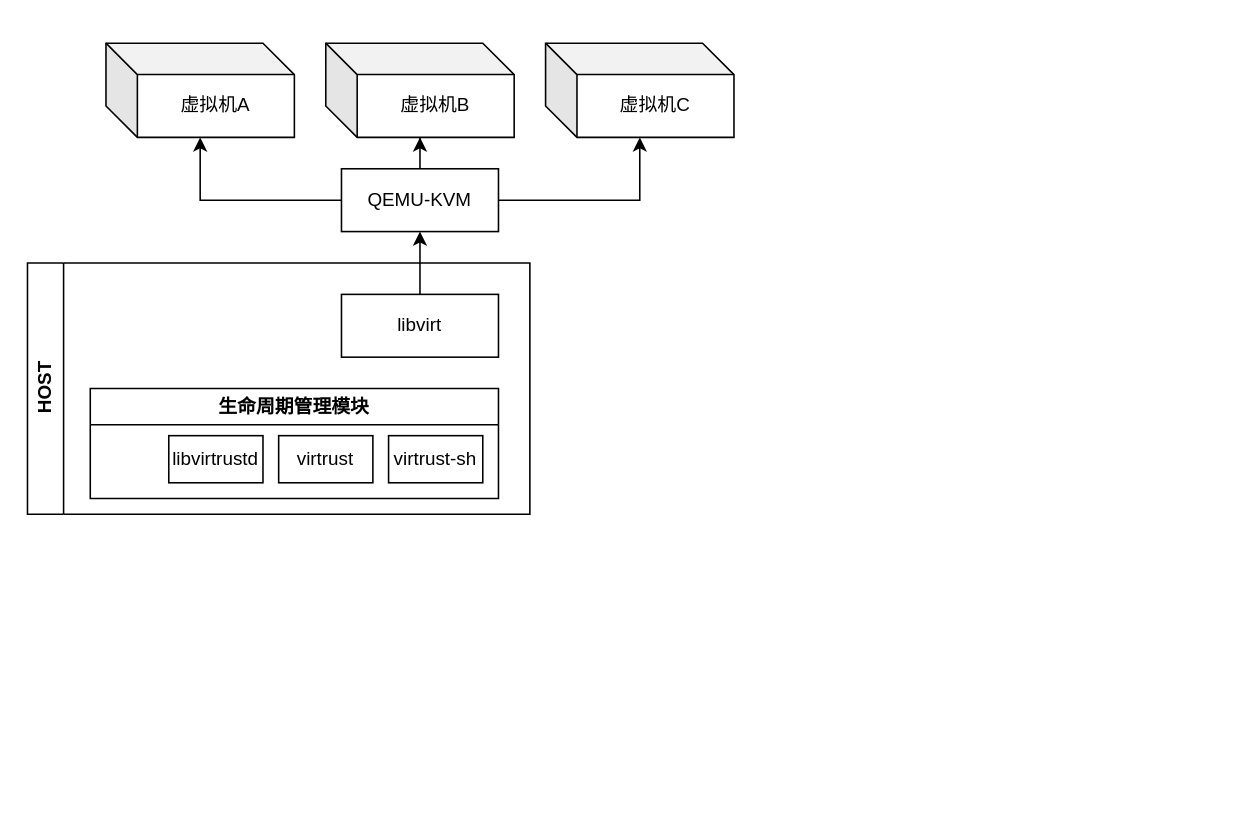
Before: src/vTPCM.drawio in Jamie-Cui/draw.io, a draw.io diagram. Source tidied: cells renumbered, new cells numbered last; positions are measured from the earlier drawing's top-left corner, leaving out a move shared by most shapes. Both pictures are drawn from the tidied source at 157%, with x=0, y=0 at pixel (27, 42).
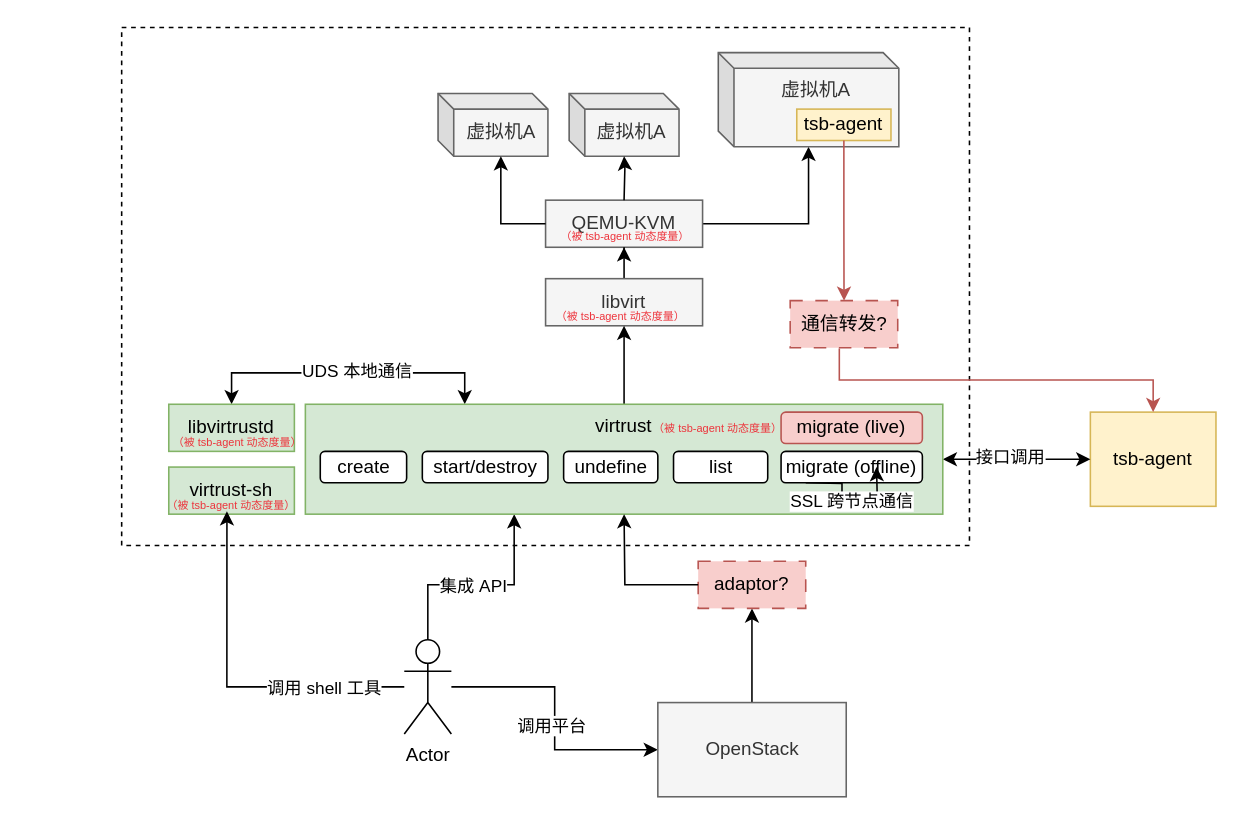
After the change.

What changed in the source:
```diff
@@
+    <mxCell id="16" style="rounded=0;whiteSpace=wrap;html=1;fillColor=none;dashed=1;" parent="1" vertex="1">
+      <mxGeometry x="60" y="-10" width="540" height="330" as="geometry" />
+    </mxCell>
-    <mxCell id="2" style="edgeStyle=orthogonalEdgeStyle;rounded=0;jettySize=auto;html=1;" parent="1" edge="1" source="5" target="6">
+    <mxCell id="2" style="edgeStyle=orthogonalEdgeStyle;rounded=0;jettySize=auto;html=1;exitX=1;exitY=0.5;exitDx=0;exitDy=0;" parent="1" edge="1" source="5" target="6">
       <mxGeometry relative="1" as="geometry" />
     </mxCell>
-    <mxCell id="3" style="edgeStyle=orthogonalEdgeStyle;rounded=0;jettySize=auto;html=1;" parent="1" edge="1" source="5" target="7">
-      <mxGeometry relative="1" as="geometry" />
-    </mxCell>
-    <mxCell id="4" style="edgeStyle=orthogonalEdgeStyle;rounded=0;jettySize=auto;html=1;" parent="1" edge="1" source="5" target="8">
-      <mxGeometry relative="1" as="geometry" />
-    </mxCell>
-    <mxCell id="5" value="QEMU-KVM" style="rounded=0;whiteSpace=wrap;html=1;" parent="1" vertex="1">
-      <mxGeometry x="200" y="80" width="100" height="40" as="geometry" />
+    <mxCell id="5" value="QEMU-KVM" style="rounded=0;whiteSpace=wrap;html=1;fillColor=#f5f5f5;fontColor=#333333;strokeColor=#666666;" parent="1" vertex="1">
+      <mxGeometry x="330" y="100" width="100" height="30" as="geometry" />
     </mxCell>
-    <mxCell id="6" value="虚拟机A" style="shape=cube;whiteSpace=wrap;html=1;boundedLbl=1;backgroundOutline=1;darkOpacity=0.05;darkOpacity2=0.1;" parent="1" vertex="1">
-      <mxGeometry x="50" width="120" height="60" as="geometry" />
+    <mxCell id="6" value="虚拟机A" style="shape=cube;whiteSpace=wrap;html=1;boundedLbl=1;backgroundOutline=1;darkOpacity=0.05;darkOpacity2=0.1;fillColor=#f5f5f5;fontColor=#333333;strokeColor=#666666;size=10;verticalAlign=top;" parent="1" vertex="1">
+      <mxGeometry x="440" y="6" width="115" height="60" as="geometry" />
     </mxCell>
-    <mxCell id="7" value="&lt;div&gt;虚拟机B&lt;/div&gt;" style="shape=cube;whiteSpace=wrap;html=1;boundedLbl=1;backgroundOutline=1;darkOpacity=0.05;darkOpacity2=0.1;" parent="1" vertex="1">
-      <mxGeometry x="190" width="120" height="60" as="geometry" />
-    </mxCell>
-    <mxCell id="8" value="虚拟机C" style="shape=cube;whiteSpace=wrap;html=1;boundedLbl=1;backgroundOutline=1;darkOpacity=0.05;darkOpacity2=0.1;" parent="1" vertex="1">
-      <mxGeometry x="330" width="120" height="60" as="geometry" />
-    </mxCell>
-    <mxCell id="9" value="HOST" style="swimlane;horizontal=0;whiteSpace=wrap;html=1;" parent="1" vertex="1">
-      <mxGeometry y="140" width="320" height="160" as="geometry" />
-    </mxCell>
-    <mxCell id="10" value="生命周期管理模块" style="swimlane;whiteSpace=wrap;html=1;" parent="9" vertex="1">
-      <mxGeometry x="40" y="80" width="260" height="70" as="geometry" />
-    </mxCell>
+    <mxCell id="17" value="tsb-agent" style="rounded=0;whiteSpace=wrap;html=1;fillColor=#fff2cc;strokeColor=#d6b656;" parent="1" vertex="1">
+      <mxGeometry x="677" y="235" width="80" height="60" as="geometry" />
+    </mxCell>
+    <mxCell id="18" style="edgeStyle=orthogonalEdgeStyle;rounded=0;jettySize=auto;html=1;startArrow=classic;startFill=1;" parent="1" edge="1" source="17" target="11">
+      <mxGeometry relative="1" as="geometry" />
+    </mxCell>
+    <mxCell id="19" value="接口调用" style="edgeLabel;html=1;align=center;verticalAlign=middle;" parent="18" vertex="1">
+      <mxGeometry x="0.11" y="-2" relative="1" as="geometry" />
+    </mxCell>
+    <mxCell id="20" style="edgeStyle=orthogonalEdgeStyle;rounded=0;jettySize=auto;html=1;exitX=0.5;exitY=0;exitDx=0;exitDy=0;exitPerimeter=0;" parent="1" edge="1" source="24" target="11">
+      <mxGeometry relative="1" as="geometry">
+        <Array as="points">
+          <mxPoint x="255" y="345" />
+          <mxPoint x="310" y="345" />
+        </Array>
+      </mxGeometry>
+    </mxCell>
+    <mxCell id="21" value="集成 API" style="edgeLabel;html=1;align=center;verticalAlign=middle;" parent="20" vertex="1">
+      <mxGeometry x="-0.06" relative="1" as="geometry" />
+    </mxCell>
+    <mxCell id="22" style="edgeStyle=orthogonalEdgeStyle;rounded=0;jettySize=auto;html=1;" parent="1" edge="1" source="24" target="39">
+      <mxGeometry relative="1" as="geometry" />
+    </mxCell>
+    <mxCell id="23" value="调用平台" style="edgeLabel;html=1;align=center;verticalAlign=middle;" parent="22" vertex="1">
+      <mxGeometry x="0.05" y="-2" relative="1" as="geometry" />
+    </mxCell>
+    <mxCell id="24" value="Actor" style="shape=umlActor;verticalLabelPosition=bottom;verticalAlign=top;html=1;outlineConnect=0;" parent="1" vertex="1">
+      <mxGeometry x="240" y="380" width="30" height="60" as="geometry" />
+    </mxCell>
+    <mxCell id="15" style="edgeStyle=orthogonalEdgeStyle;rounded=0;jettySize=auto;html=1;entryX=0.5;entryY=1;entryDx=0;entryDy=0;" parent="1" edge="1" source="14" target="5">
+      <mxGeometry relative="1" as="geometry" />
+    </mxCell>
+    <mxCell id="14" value="libvirt" style="rounded=0;whiteSpace=wrap;html=1;fillColor=#f5f5f5;fontColor=#333333;strokeColor=#666666;" parent="1" vertex="1">
+      <mxGeometry x="330" y="150" width="100" height="30" as="geometry" />
+    </mxCell>
+    <mxCell id="25" style="edgeStyle=orthogonalEdgeStyle;rounded=0;jettySize=auto;html=1;entryX=0.25;entryY=0;entryDx=0;entryDy=0;startArrow=classic;startFill=1;" parent="1" edge="1" source="13" target="11">
+      <mxGeometry relative="1" as="geometry">
+        <Array as="points">
+          <mxPoint x="130" y="210" />
+          <mxPoint x="279" y="210" />
+        </Array>
+      </mxGeometry>
+    </mxCell>
+    <mxCell id="26" value="UDS 本地通信" style="edgeLabel;html=1;align=center;verticalAlign=middle;" parent="25" vertex="1">
+      <mxGeometry x="0.14" y="2" relative="1" as="geometry">
+        <mxPoint x="-8" as="offset" />
+      </mxGeometry>
+    </mxCell>
+    <mxCell id="13" value="libvirtrustd" style="rounded=0;whiteSpace=wrap;html=1;fillColor=#d5e8d4;strokeColor=#82b366;" parent="1" vertex="1">
+      <mxGeometry x="90" y="230" width="80" height="30" as="geometry" />
+    </mxCell>
+    <mxCell id="12" value="virtrust-sh" style="rounded=0;whiteSpace=wrap;html=1;fillColor=#d5e8d4;strokeColor=#82b366;" parent="1" vertex="1">
+      <mxGeometry x="90" y="270" width="80" height="30" as="geometry" />
+    </mxCell>
+    <mxCell id="27" style="edgeStyle=orthogonalEdgeStyle;rounded=0;jettySize=auto;html=1;entryX=0.5;entryY=1;entryDx=0;entryDy=0;" parent="1" edge="1" source="11" target="14">
+      <mxGeometry relative="1" as="geometry" />
+    </mxCell>
-    <mxCell id="11" value="virtrust" style="rounded=0;whiteSpace=wrap;html=1;" parent="10" vertex="1">
-      <mxGeometry x="120" y="30" width="60" height="30" as="geometry" />
+    <mxCell id="11" value="virtrust" style="rounded=0;whiteSpace=wrap;html=1;verticalAlign=top;fillColor=#d5e8d4;strokeColor=#82b366;" parent="1" vertex="1">
+      <mxGeometry x="177" y="230" width="406" height="70" as="geometry" />
     </mxCell>
-    <mxCell id="12" value="virtrust-sh" style="rounded=0;whiteSpace=wrap;html=1;" parent="10" vertex="1">
-      <mxGeometry x="190" y="30" width="60" height="30" as="geometry" />
-    </mxCell>
-    <mxCell id="13" value="libvirtrustd" style="rounded=0;whiteSpace=wrap;html=1;" parent="10" vertex="1">
-      <mxGeometry x="50" y="30" width="60" height="30" as="geometry" />
-    </mxCell>
-    <mxCell id="14" value="libvirt" style="rounded=0;whiteSpace=wrap;html=1;" parent="9" vertex="1">
-      <mxGeometry x="200" y="20" width="100" height="40" as="geometry" />
-    </mxCell>
-    <mxCell id="15" style="edgeStyle=orthogonalEdgeStyle;rounded=0;jettySize=auto;html=1;" parent="1" edge="1" source="14" target="5">
-      <mxGeometry relative="1" as="geometry" />
-    </mxCell>
+    <mxCell id="28" value="create" style="rounded=1;whiteSpace=wrap;html=1;" parent="1" vertex="1">
+      <mxGeometry x="186.5" y="260" width="55" height="20" as="geometry" />
+    </mxCell>
+    <mxCell id="29" value="start/destroy" style="rounded=1;whiteSpace=wrap;html=1;" parent="1" vertex="1">
+      <mxGeometry x="251.5" y="260" width="80" height="20" as="geometry" />
+    </mxCell>
+    <mxCell id="30" value="undefine" style="rounded=1;whiteSpace=wrap;html=1;" parent="1" vertex="1">
+      <mxGeometry x="341.5" y="260" width="60" height="20" as="geometry" />
+    </mxCell>
+    <mxCell id="31" value="list" style="rounded=1;whiteSpace=wrap;html=1;" parent="1" vertex="1">
+      <mxGeometry x="411.5" y="260" width="60" height="20" as="geometry" />
+    </mxCell>
+    <mxCell id="32" value="migrate (offline)" style="rounded=1;whiteSpace=wrap;html=1;" parent="1" vertex="1">
+      <mxGeometry x="480" y="260" width="90" height="20" as="geometry" />
+    </mxCell>
+    <mxCell id="33" style="edgeStyle=orthogonalEdgeStyle;rounded=0;jettySize=auto;html=1;entryX=0.463;entryY=0.938;entryDx=0;entryDy=0;entryPerimeter=0;" parent="1" edge="1" source="24" target="12">
+      <mxGeometry relative="1" as="geometry" />
+    </mxCell>
+    <mxCell id="34" value="调用 shell 工具" style="edgeLabel;html=1;align=center;verticalAlign=middle;" parent="33" vertex="1">
+      <mxGeometry x="-0.54" relative="1" as="geometry" />
+    </mxCell>
+    <mxCell id="35" value="虚拟机A" style="shape=cube;whiteSpace=wrap;html=1;boundedLbl=1;backgroundOutline=1;darkOpacity=0.05;darkOpacity2=0.1;fillColor=#f5f5f5;fontColor=#333333;strokeColor=#666666;size=10;" parent="1" vertex="1">
+      <mxGeometry x="261.5" y="32" width="70" height="40" as="geometry" />
+    </mxCell>
+    <mxCell id="36" value="虚拟机A" style="shape=cube;whiteSpace=wrap;html=1;boundedLbl=1;backgroundOutline=1;darkOpacity=0.05;darkOpacity2=0.1;fillColor=#f5f5f5;fontColor=#333333;strokeColor=#666666;size=10;" parent="1" vertex="1">
+      <mxGeometry x="345" y="32" width="70" height="40" as="geometry" />
+    </mxCell>
+    <mxCell id="37" value="tsb-agent" style="rounded=0;whiteSpace=wrap;html=1;fillColor=#fff2cc;strokeColor=#d6b656;" parent="1" vertex="1">
+      <mxGeometry x="490" y="42" width="60" height="20" as="geometry" />
+    </mxCell>
+    <mxCell id="38" style="edgeStyle=orthogonalEdgeStyle;rounded=0;jettySize=auto;html=1;entryX=0.5;entryY=1;entryDx=0;entryDy=0;" parent="1" edge="1" source="39" target="40">
+      <mxGeometry relative="1" as="geometry" />
+    </mxCell>
+    <mxCell id="39" value="OpenStack" style="rounded=0;whiteSpace=wrap;html=1;fillColor=#f5f5f5;strokeColor=#666666;fontColor=#333333;" parent="1" vertex="1">
+      <mxGeometry x="401.5" y="420" width="120" height="60" as="geometry" />
+    </mxCell>
+    <mxCell id="40" value="adaptor?" style="rounded=0;whiteSpace=wrap;html=1;fillColor=#f8cecc;strokeColor=#b85450;dashed=1;dashPattern=8 8;" parent="1" vertex="1">
+      <mxGeometry x="427.2" y="330" width="68.5" height="30" as="geometry" />
+    </mxCell>
+    <mxCell id="41" style="edgeStyle=orthogonalEdgeStyle;rounded=0;jettySize=auto;html=1;" parent="1" edge="1" source="40">
+      <mxGeometry relative="1" as="geometry">
+        <mxPoint x="380" y="300" as="targetPoint" />
+      </mxGeometry>
+    </mxCell>
+    <mxCell id="42" style="edgeStyle=orthogonalEdgeStyle;rounded=0;orthogonalLoop=1;jettySize=auto;html=1;" parent="1" edge="1">
+      <mxGeometry relative="1" as="geometry">
+        <mxPoint x="495.7" y="280" as="sourcePoint" />
+        <mxPoint x="540.8" y="270" as="targetPoint" />
+      </mxGeometry>
+    </mxCell>
+    <mxCell id="43" value="SSL 跨节点通信" style="edgeLabel;html=1;align=center;verticalAlign=middle;" parent="42" vertex="1">
+      <mxGeometry x="0.02" relative="1" as="geometry" />
+    </mxCell>
+    <mxCell id="44" value="（被 tsb-agent 动态度量）" style="text;whiteSpace=wrap;html=1;fontSize=7;fontColor=light-dark(#ed333b, #ededed);" parent="1" vertex="1">
+      <mxGeometry x="396.5" y="235" width="90" height="20" as="geometry" />
+    </mxCell>
+    <mxCell id="45" value="（被 tsb-agent 动态度量）" style="text;whiteSpace=wrap;html=1;fontSize=7;fontColor=light-dark(#ed333b, #ededed);" parent="1" vertex="1">
+      <mxGeometry x="90.5" y="244" width="90" height="20" as="geometry" />
+    </mxCell>
+    <mxCell id="46" value="（被 tsb-agent&amp;nbsp;动态度量）" style="text;whiteSpace=wrap;html=1;fontSize=7;fontColor=light-dark(#ed333b, #ededed);" parent="1" vertex="1">
+      <mxGeometry x="87" y="284" width="90" height="20" as="geometry" />
+    </mxCell>
+    <mxCell id="47" value="（被 tsb-agent 动态度量）" style="text;whiteSpace=wrap;html=1;fontSize=7;fontColor=light-dark(#ed333b, #ededed);" parent="1" vertex="1">
+      <mxGeometry x="338" y="113" width="90" height="20" as="geometry" />
+    </mxCell>
+    <mxCell id="48" value="（被 tsb-agent 动态度量）" style="text;whiteSpace=wrap;html=1;fontSize=7;fontColor=light-dark(#ed333b, #ededed);" parent="1" vertex="1">
+      <mxGeometry x="335" y="164" width="90" height="20" as="geometry" />
+    </mxCell>
+    <mxCell id="49" style="edgeStyle=orthogonalEdgeStyle;rounded=0;jettySize=auto;html=1;fillColor=#f8cecc;strokeColor=#b85450;" parent="1" edge="1" source="37" target="50">
+      <mxGeometry relative="1" as="geometry" />
+    </mxCell>
+    <mxCell id="50" value="&lt;div&gt;通信转发?&lt;/div&gt;" style="rounded=0;whiteSpace=wrap;html=1;fillColor=#f8cecc;strokeColor=#b85450;dashed=1;dashPattern=8 8;" parent="1" vertex="1">
+      <mxGeometry x="485.8" y="164" width="68.5" height="30" as="geometry" />
+    </mxCell>
+    <mxCell id="51" style="edgeStyle=orthogonalEdgeStyle;rounded=0;jettySize=auto;html=1;" parent="1" edge="1" target="36">
+      <mxGeometry relative="1" as="geometry">
+        <mxPoint x="380" y="100" as="sourcePoint" />
+      </mxGeometry>
+    </mxCell>
+    <mxCell id="52" style="edgeStyle=orthogonalEdgeStyle;rounded=0;jettySize=auto;html=1;entryX=0;entryY=0;entryDx=40;entryDy=40;entryPerimeter=0;exitX=0;exitY=0.5;exitDx=0;exitDy=0;" parent="1" edge="1" source="5" target="35">
+      <mxGeometry relative="1" as="geometry" />
+    </mxCell>
+    <mxCell id="53" style="edgeStyle=orthogonalEdgeStyle;rounded=0;jettySize=auto;html=1;fillColor=#f8cecc;strokeColor=#b85450;exitX=0.457;exitY=1.014;exitDx=0;exitDy=0;exitPerimeter=0;entryX=0.5;entryY=0;entryDx=0;entryDy=0;" parent="1" edge="1" source="50" target="17">
+      <mxGeometry relative="1" as="geometry" />
+    </mxCell>
+    <mxCell id="54" value="migrate (live)" style="rounded=1;whiteSpace=wrap;html=1;fillColor=#f8cecc;strokeColor=#b85450;" parent="1" vertex="1">
+      <mxGeometry x="480" y="235" width="90" height="20" as="geometry" />
+    </mxCell>
```
